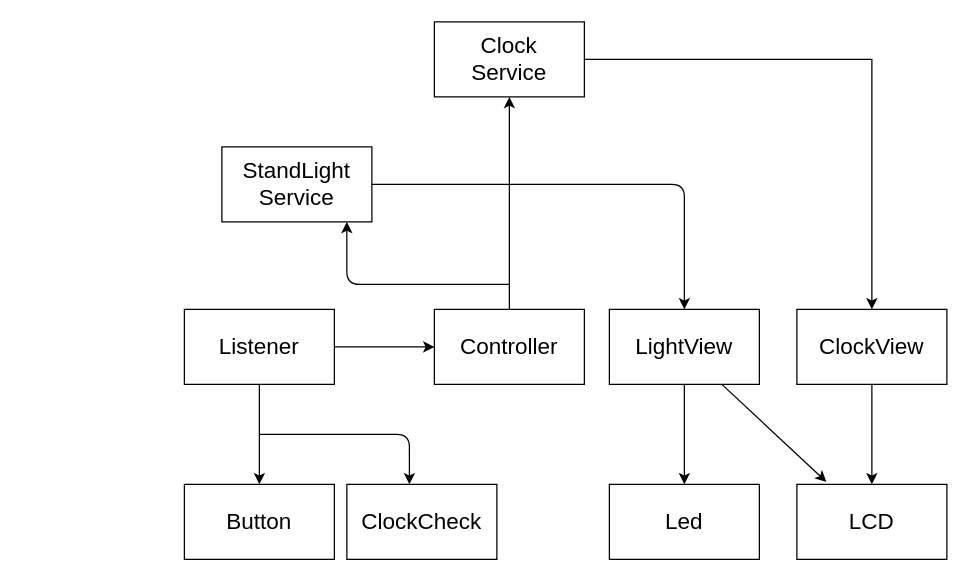
Above: page "페이지-1" (1 of 2) of sw_design/architecture.drawio in parkertedlee/StandLight_Clock (draw.io), before the change. Source tidied: cells renumbered, new cells numbered last; positions are measured from the earlier drawing's top-left corner, leaving out a move shared by most shapes. Both pictures are drawn from the tidied source at 125%, with x=0, y=0 at pixel (184, 21).
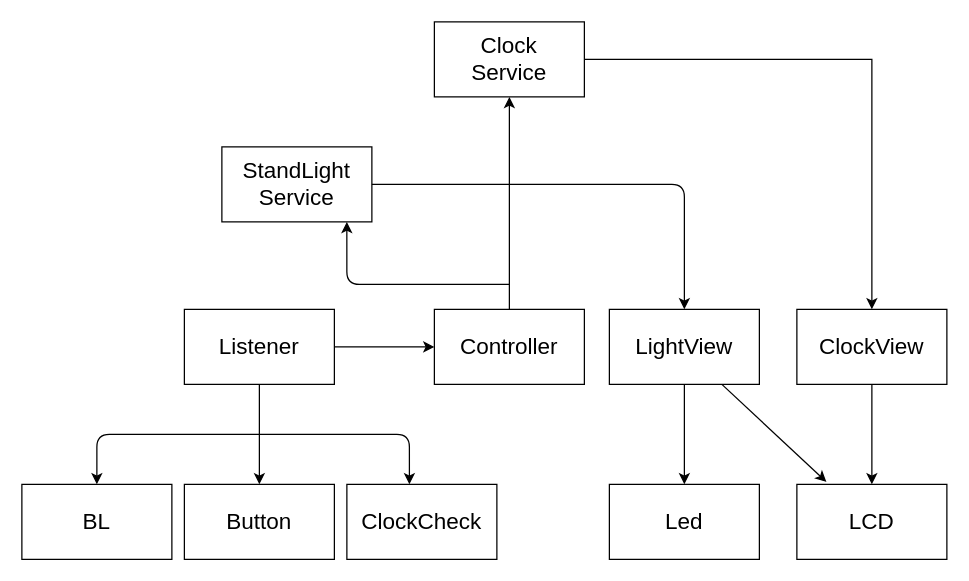
After the change.

Diff of the diagram source:
```diff
@@
+    <mxCell id="22" value="BL&lt;br&gt;" style="whiteSpace=wrap;html=1;fontSize=18;" parent="1" vertex="1">
+      <mxGeometry x="-130" y="370" width="120" height="60" as="geometry" />
+    </mxCell>
+    <mxCell id="23" style="edgeStyle=none;html=1;fontSize=18;entryX=0.5;entryY=0;entryDx=0;entryDy=0;" parent="1" edge="1" target="22">
+      <mxGeometry relative="1" as="geometry">
+        <mxPoint x="60" y="330" as="sourcePoint" />
+        <Array as="points">
+          <mxPoint x="-70" y="330" />
+        </Array>
+      </mxGeometry>
+    </mxCell>
```
